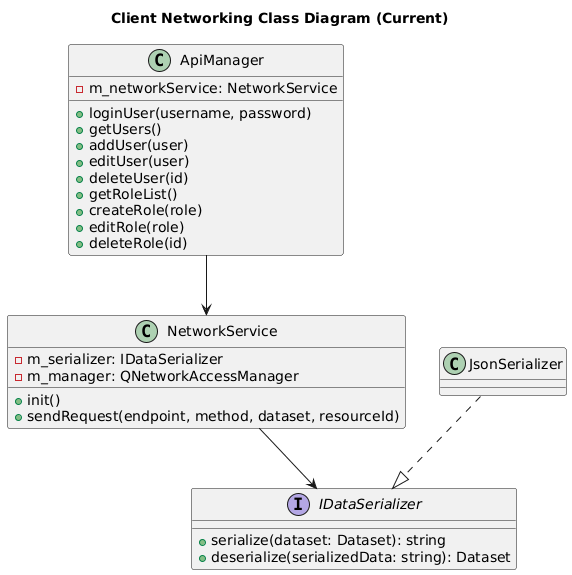
Sage-Cat/SageStore keeps this PlantUML diagram as docs/client/Networking_CD.png. Above is the earlier version. The source it was exported from:
```plantuml
@startuml
title Client Networking Class Diagram (Current)

class ApiManager {
    - m_networkService: NetworkService
    + loginUser(username, password)
    + getUsers()
    + addUser(user)
    + editUser(user)
    + deleteUser(id)
    + getRoleList()
    + createRole(role)
    + editRole(role)
    + deleteRole(id)
}

class NetworkService {
    - m_serializer: IDataSerializer
    - m_manager: QNetworkAccessManager
    + init()
    + sendRequest(endpoint, method, dataset, resourceId)
}

interface IDataSerializer {
    + serialize(dataset: Dataset): string
    + deserialize(serializedData: string): Dataset
}

class JsonSerializer

ApiManager --> NetworkService
NetworkService --> IDataSerializer
JsonSerializer ..|> IDataSerializer

@enduml
```
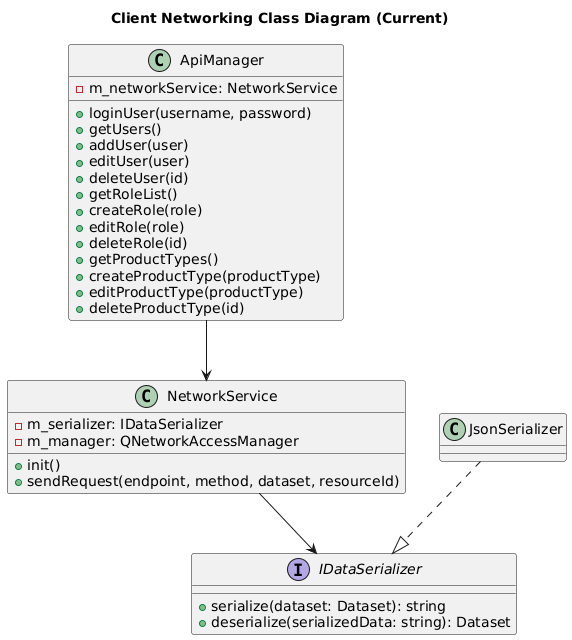
The same file after the commit.

Diff of the diagram source:
```diff
@@ -12,6 +12,10 @@
     + createRole(role)
     + editRole(role)
     + deleteRole(id)
+    + getProductTypes()
+    + createProductType(productType)
+    + editProductType(productType)
+    + deleteProductType(id)
 }
 
 class NetworkService {
```
